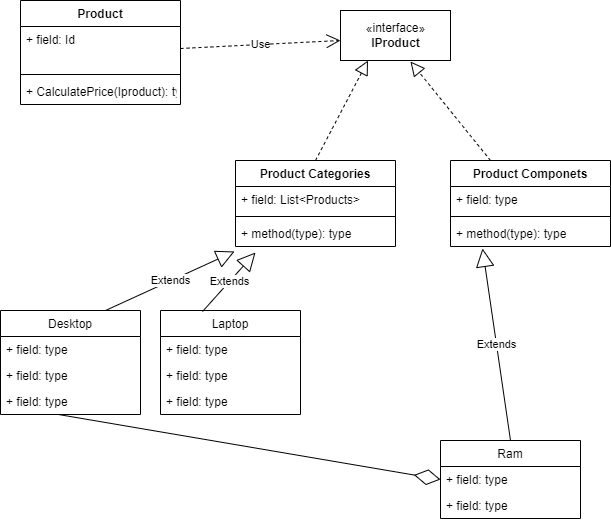
Before: Price Calculator.png, a diagram exported from draw.io (sunil416/Philips_July_2022). Source tidied: cells renumbered, new cells last; positions are measured from the earlier drawing's top-left corner, leaving out a move shared by most shapes. The source it was exported from:
```xml
<mxGraphModel>
  <root>
    <mxCell id="0" />
    <mxCell id="1" parent="0" />
    <mxCell id="2" value="Product" style="swimlane;fontStyle=1;align=center;verticalAlign=top;horizontal=1;startSize=26;" parent="1" vertex="1">
      <mxGeometry x="20" width="160" height="104" as="geometry" />
    </mxCell>
    <mxCell id="3" value="+ field: Id" style="text;strokeColor=none;fillColor=none;align=left;verticalAlign=top;spacingLeft=4;spacingRight=4;overflow=hidden;points=[[0,0.5],[1,0.5]];portConstraint=eastwest;" parent="2" vertex="1">
      <mxGeometry y="26" width="160" height="44" as="geometry" />
    </mxCell>
    <mxCell id="4" style="line;strokeWidth=1;fillColor=none;align=left;verticalAlign=middle;spacingTop=-1;spacingLeft=3;spacingRight=3;labelPosition=right;" parent="2" vertex="1">
      <mxGeometry y="70" width="160" height="8" as="geometry" />
    </mxCell>
    <mxCell id="5" value="+ CalculatePrice(Iproduct): type" style="text;strokeColor=none;fillColor=none;align=left;verticalAlign=top;spacingLeft=4;spacingRight=4;overflow=hidden;" parent="2" vertex="1">
      <mxGeometry y="78" width="160" height="26" as="geometry" />
    </mxCell>
    <mxCell id="6" value="«interface»&lt;br&gt;&lt;b&gt;IProduct&lt;/b&gt;" style="html=1;" parent="1" vertex="1">
      <mxGeometry x="340" y="10" width="110" height="50" as="geometry" />
    </mxCell>
    <mxCell id="7" value="Product Categories" style="swimlane;fontStyle=1;align=center;verticalAlign=top;horizontal=1;startSize=26;" parent="1" vertex="1">
      <mxGeometry x="235" y="160" width="160" height="86" as="geometry" />
    </mxCell>
    <mxCell id="8" value="+ field: List&lt;Products&gt;" style="text;strokeColor=none;fillColor=none;align=left;verticalAlign=top;spacingLeft=4;spacingRight=4;overflow=hidden;" parent="7" vertex="1">
      <mxGeometry y="26" width="160" height="26" as="geometry" />
    </mxCell>
    <mxCell id="9" style="line;strokeWidth=1;fillColor=none;align=left;verticalAlign=middle;spacingTop=-1;spacingLeft=3;spacingRight=3;labelPosition=right;" parent="7" vertex="1">
      <mxGeometry y="52" width="160" height="8" as="geometry" />
    </mxCell>
    <mxCell id="10" value="+ method(type): type" style="text;strokeColor=none;fillColor=none;align=left;verticalAlign=top;spacingLeft=4;spacingRight=4;overflow=hidden;points=[[0,0.5],[1,0.5]];portConstraint=eastwest;" parent="7" vertex="1">
      <mxGeometry y="60" width="160" height="26" as="geometry" />
    </mxCell>
    <mxCell id="11" style="endArrow=block;dashed=1;endFill=0;endSize=12;html=1;rounded=0;entryX=0.25;entryY=1;entryDx=0;entryDy=0;exitX=0.5;exitY=0;exitDx=0;exitDy=0;" parent="1" edge="1" source="7" target="6">
      <mxGeometry relative="1" as="geometry" />
    </mxCell>
    <mxCell id="12" value="Product Componets" style="swimlane;fontStyle=1;align=center;verticalAlign=top;horizontal=1;startSize=26;" parent="1" vertex="1">
      <mxGeometry x="450" y="160" width="160" height="86" as="geometry" />
    </mxCell>
    <mxCell id="13" value="+ field: type" style="text;strokeColor=none;fillColor=none;align=left;verticalAlign=top;spacingLeft=4;spacingRight=4;overflow=hidden;" parent="12" vertex="1">
      <mxGeometry y="26" width="160" height="26" as="geometry" />
    </mxCell>
    <mxCell id="14" style="line;strokeWidth=1;fillColor=none;align=left;verticalAlign=middle;spacingTop=-1;spacingLeft=3;spacingRight=3;labelPosition=right;" parent="12" vertex="1">
      <mxGeometry y="52" width="160" height="8" as="geometry" />
    </mxCell>
    <mxCell id="15" value="+ method(type): type" style="text;strokeColor=none;fillColor=none;align=left;verticalAlign=top;spacingLeft=4;spacingRight=4;overflow=hidden;points=[[0,0.5],[1,0.5]];portConstraint=eastwest;" parent="12" vertex="1">
      <mxGeometry y="60" width="160" height="26" as="geometry" />
    </mxCell>
    <mxCell id="16" style="endArrow=block;dashed=1;endFill=0;endSize=12;html=1;rounded=0;entryX=0.636;entryY=1.02;entryDx=0;entryDy=0;exitX=0.25;exitY=0;exitDx=0;exitDy=0;entryPerimeter=0;" parent="1" edge="1" source="12" target="6">
      <mxGeometry relative="1" as="geometry" />
    </mxCell>
    <mxCell id="17" value="Use" style="endArrow=open;endSize=12;dashed=1;html=1;rounded=0;exitX=1;exitY=0.5;exitDx=0;exitDy=0;" parent="1" edge="1" source="3">
      <mxGeometry relative="1" as="geometry">
        <mxPoint x="340" y="40" as="targetPoint" />
      </mxGeometry>
    </mxCell>
    <mxCell id="18" value="Desktop" style="swimlane;fontStyle=0;horizontal=1;startSize=26;fillColor=none;" parent="1" vertex="1">
      <mxGeometry y="310" width="140" height="104" as="geometry" />
    </mxCell>
    <mxCell id="19" value="+ field: type" style="text;strokeColor=none;fillColor=none;align=left;verticalAlign=top;spacingLeft=4;spacingRight=4;overflow=hidden;" parent="18" vertex="1">
      <mxGeometry y="26" width="140" height="26" as="geometry" />
    </mxCell>
    <mxCell id="20" value="+ field: type" style="text;strokeColor=none;fillColor=none;align=left;verticalAlign=top;spacingLeft=4;spacingRight=4;overflow=hidden;" parent="18" vertex="1">
      <mxGeometry y="52" width="140" height="26" as="geometry" />
    </mxCell>
    <mxCell id="21" value="+ field: type" style="text;strokeColor=none;fillColor=none;align=left;verticalAlign=top;spacingLeft=4;spacingRight=4;overflow=hidden;points=[[0,0.5],[1,0.5]];portConstraint=eastwest;" parent="18" vertex="1">
      <mxGeometry y="78" width="140" height="26" as="geometry" />
    </mxCell>
    <mxCell id="22" value="Extends" style="endArrow=block;endSize=16;endFill=0;html=1;rounded=0;exitX=0.75;exitY=0;exitDx=0;exitDy=0;entryX=-0.006;entryY=1.192;entryDx=0;entryDy=0;entryPerimeter=0;" parent="1" edge="1" source="18" target="10">
      <mxGeometry relative="1" as="geometry" />
    </mxCell>
    <mxCell id="23" value="Laptop" style="swimlane;fontStyle=0;horizontal=1;startSize=26;fillColor=none;" parent="1" vertex="1">
      <mxGeometry x="160" y="310" width="140" height="104" as="geometry" />
    </mxCell>
    <mxCell id="24" value="+ field: type" style="text;strokeColor=none;fillColor=none;align=left;verticalAlign=top;spacingLeft=4;spacingRight=4;overflow=hidden;" parent="23" vertex="1">
      <mxGeometry y="26" width="140" height="26" as="geometry" />
    </mxCell>
    <mxCell id="25" value="+ field: type" style="text;strokeColor=none;fillColor=none;align=left;verticalAlign=top;spacingLeft=4;spacingRight=4;overflow=hidden;" parent="23" vertex="1">
      <mxGeometry y="52" width="140" height="26" as="geometry" />
    </mxCell>
    <mxCell id="26" value="+ field: type" style="text;strokeColor=none;fillColor=none;align=left;verticalAlign=top;spacingLeft=4;spacingRight=4;overflow=hidden;" parent="23" vertex="1">
      <mxGeometry y="78" width="140" height="26" as="geometry" />
    </mxCell>
    <mxCell id="27" value="Extends" style="endArrow=block;endSize=16;endFill=0;html=1;rounded=0;exitX=0.3;exitY=0.01;exitDx=0;exitDy=0;entryX=0.125;entryY=1.231;entryDx=0;entryDy=0;entryPerimeter=0;exitPerimeter=0;" parent="1" edge="1" source="23" target="10">
      <mxGeometry relative="1" as="geometry" />
    </mxCell>
    <mxCell id="28" value="Ram" style="swimlane;fontStyle=0;horizontal=1;startSize=26;fillColor=none;" parent="1" vertex="1">
      <mxGeometry x="440" y="440" width="140" height="78" as="geometry" />
    </mxCell>
    <mxCell id="29" value="+ field: type" style="text;strokeColor=none;fillColor=none;align=left;verticalAlign=top;spacingLeft=4;spacingRight=4;overflow=hidden;points=[[0,0.5],[1,0.5]];portConstraint=eastwest;" parent="28" vertex="1">
      <mxGeometry y="26" width="140" height="26" as="geometry" />
    </mxCell>
    <mxCell id="30" value="+ field: type" style="text;strokeColor=none;fillColor=none;align=left;verticalAlign=top;spacingLeft=4;spacingRight=4;overflow=hidden;" parent="28" vertex="1">
      <mxGeometry y="52" width="140" height="26" as="geometry" />
    </mxCell>
    <mxCell id="31" value="Extends" style="endArrow=block;endSize=16;endFill=0;html=1;rounded=0;exitX=0.5;exitY=0;exitDx=0;exitDy=0;entryX=0.2;entryY=1.077;entryDx=0;entryDy=0;entryPerimeter=0;" parent="1" edge="1" source="28" target="15">
      <mxGeometry relative="1" as="geometry" />
    </mxCell>
    <mxCell id="32" style="endArrow=diamondThin;endFill=0;endSize=24;html=1;rounded=0;entryX=0;entryY=0.5;entryDx=0;entryDy=0;exitX=0.414;exitY=1;exitDx=0;exitDy=0;exitPerimeter=0;" parent="1" edge="1" source="21" target="29">
      <mxGeometry relative="1" as="geometry" />
    </mxCell>
  </root>
</mxGraphModel>
```
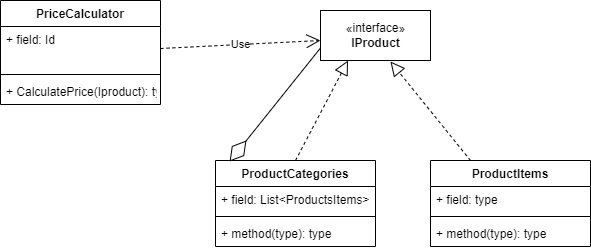
The same diagram one commit later.

Diff of the diagram source:
```diff
@@ -2,7 +2,7 @@
   <root>
     <mxCell id="0" />
     <mxCell id="1" parent="0" />
-    <mxCell id="2" value="Product" style="swimlane;fontStyle=1;align=center;verticalAlign=top;horizontal=1;startSize=26;" parent="1" vertex="1">
+    <mxCell id="2" value="PriceCalculator" style="swimlane;fontStyle=1;align=center;verticalAlign=top;horizontal=1;startSize=26;" parent="1" vertex="1">
       <mxGeometry x="20" width="160" height="104" as="geometry" />
     </mxCell>
     <mxCell id="3" value="+ field: Id" style="text;strokeColor=none;fillColor=none;align=left;verticalAlign=top;spacingLeft=4;spacingRight=4;overflow=hidden;points=[[0,0.5],[1,0.5]];portConstraint=eastwest;" parent="2" vertex="1">
@@ -17,10 +17,10 @@
     <mxCell id="6" value="«interface»&lt;br&gt;&lt;b&gt;IProduct&lt;/b&gt;" style="html=1;" parent="1" vertex="1">
       <mxGeometry x="340" y="10" width="110" height="50" as="geometry" />
     </mxCell>
-    <mxCell id="7" value="Product Categories" style="swimlane;fontStyle=1;align=center;verticalAlign=top;horizontal=1;startSize=26;" parent="1" vertex="1">
+    <mxCell id="7" value="ProductCategories" style="swimlane;fontStyle=1;align=center;verticalAlign=top;horizontal=1;startSize=26;" parent="1" vertex="1">
       <mxGeometry x="235" y="160" width="160" height="86" as="geometry" />
     </mxCell>
-    <mxCell id="8" value="+ field: List&lt;Products&gt;" style="text;strokeColor=none;fillColor=none;align=left;verticalAlign=top;spacingLeft=4;spacingRight=4;overflow=hidden;" parent="7" vertex="1">
+    <mxCell id="8" value="+ field: List&lt;ProductsItems&gt;" style="text;strokeColor=none;fillColor=none;align=left;verticalAlign=top;spacingLeft=4;spacingRight=4;overflow=hidden;" parent="7" vertex="1">
       <mxGeometry y="26" width="160" height="26" as="geometry" />
     </mxCell>
     <mxCell id="9" style="line;strokeWidth=1;fillColor=none;align=left;verticalAlign=middle;spacingTop=-1;spacingLeft=3;spacingRight=3;labelPosition=right;" parent="7" vertex="1">
@@ -32,7 +32,7 @@
     <mxCell id="11" style="endArrow=block;dashed=1;endFill=0;endSize=12;html=1;rounded=0;entryX=0.25;entryY=1;entryDx=0;entryDy=0;exitX=0.5;exitY=0;exitDx=0;exitDy=0;" parent="1" edge="1" source="7" target="6">
       <mxGeometry relative="1" as="geometry" />
     </mxCell>
-    <mxCell id="12" value="Product Componets" style="swimlane;fontStyle=1;align=center;verticalAlign=top;horizontal=1;startSize=26;" parent="1" vertex="1">
+    <mxCell id="12" value="ProductItems" style="swimlane;fontStyle=1;align=center;verticalAlign=top;horizontal=1;startSize=26;" parent="1" vertex="1">
       <mxGeometry x="450" y="160" width="160" height="86" as="geometry" />
     </mxCell>
     <mxCell id="13" value="+ field: type" style="text;strokeColor=none;fillColor=none;align=left;verticalAlign=top;spacingLeft=4;spacingRight=4;overflow=hidden;" parent="12" vertex="1">
@@ -52,49 +52,7 @@
         <mxPoint x="340" y="40" as="targetPoint" />
       </mxGeometry>
     </mxCell>
-    <mxCell id="18" value="Desktop" style="swimlane;fontStyle=0;horizontal=1;startSize=26;fillColor=none;" parent="1" vertex="1">
-      <mxGeometry y="310" width="140" height="104" as="geometry" />
-    </mxCell>
-    <mxCell id="19" value="+ field: type" style="text;strokeColor=none;fillColor=none;align=left;verticalAlign=top;spacingLeft=4;spacingRight=4;overflow=hidden;" parent="18" vertex="1">
-      <mxGeometry y="26" width="140" height="26" as="geometry" />
-    </mxCell>
-    <mxCell id="20" value="+ field: type" style="text;strokeColor=none;fillColor=none;align=left;verticalAlign=top;spacingLeft=4;spacingRight=4;overflow=hidden;" parent="18" vertex="1">
-      <mxGeometry y="52" width="140" height="26" as="geometry" />
-    </mxCell>
-    <mxCell id="21" value="+ field: type" style="text;strokeColor=none;fillColor=none;align=left;verticalAlign=top;spacingLeft=4;spacingRight=4;overflow=hidden;points=[[0,0.5],[1,0.5]];portConstraint=eastwest;" parent="18" vertex="1">
-      <mxGeometry y="78" width="140" height="26" as="geometry" />
-    </mxCell>
-    <mxCell id="22" value="Extends" style="endArrow=block;endSize=16;endFill=0;html=1;rounded=0;exitX=0.75;exitY=0;exitDx=0;exitDy=0;entryX=-0.006;entryY=1.192;entryDx=0;entryDy=0;entryPerimeter=0;" parent="1" edge="1" source="18" target="10">
-      <mxGeometry relative="1" as="geometry" />
-    </mxCell>
-    <mxCell id="23" value="Laptop" style="swimlane;fontStyle=0;horizontal=1;startSize=26;fillColor=none;" parent="1" vertex="1">
-      <mxGeometry x="160" y="310" width="140" height="104" as="geometry" />
-    </mxCell>
-    <mxCell id="24" value="+ field: type" style="text;strokeColor=none;fillColor=none;align=left;verticalAlign=top;spacingLeft=4;spacingRight=4;overflow=hidden;" parent="23" vertex="1">
-      <mxGeometry y="26" width="140" height="26" as="geometry" />
-    </mxCell>
-    <mxCell id="25" value="+ field: type" style="text;strokeColor=none;fillColor=none;align=left;verticalAlign=top;spacingLeft=4;spacingRight=4;overflow=hidden;" parent="23" vertex="1">
-      <mxGeometry y="52" width="140" height="26" as="geometry" />
-    </mxCell>
-    <mxCell id="26" value="+ field: type" style="text;strokeColor=none;fillColor=none;align=left;verticalAlign=top;spacingLeft=4;spacingRight=4;overflow=hidden;" parent="23" vertex="1">
-      <mxGeometry y="78" width="140" height="26" as="geometry" />
-    </mxCell>
-    <mxCell id="27" value="Extends" style="endArrow=block;endSize=16;endFill=0;html=1;rounded=0;exitX=0.3;exitY=0.01;exitDx=0;exitDy=0;entryX=0.125;entryY=1.231;entryDx=0;entryDy=0;entryPerimeter=0;exitPerimeter=0;" parent="1" edge="1" source="23" target="10">
-      <mxGeometry relative="1" as="geometry" />
-    </mxCell>
-    <mxCell id="28" value="Ram" style="swimlane;fontStyle=0;horizontal=1;startSize=26;fillColor=none;" parent="1" vertex="1">
-      <mxGeometry x="440" y="440" width="140" height="78" as="geometry" />
-    </mxCell>
-    <mxCell id="29" value="+ field: type" style="text;strokeColor=none;fillColor=none;align=left;verticalAlign=top;spacingLeft=4;spacingRight=4;overflow=hidden;points=[[0,0.5],[1,0.5]];portConstraint=eastwest;" parent="28" vertex="1">
-      <mxGeometry y="26" width="140" height="26" as="geometry" />
-    </mxCell>
-    <mxCell id="30" value="+ field: type" style="text;strokeColor=none;fillColor=none;align=left;verticalAlign=top;spacingLeft=4;spacingRight=4;overflow=hidden;" parent="28" vertex="1">
-      <mxGeometry y="52" width="140" height="26" as="geometry" />
-    </mxCell>
-    <mxCell id="31" value="Extends" style="endArrow=block;endSize=16;endFill=0;html=1;rounded=0;exitX=0.5;exitY=0;exitDx=0;exitDy=0;entryX=0.2;entryY=1.077;entryDx=0;entryDy=0;entryPerimeter=0;" parent="1" edge="1" source="28" target="15">
-      <mxGeometry relative="1" as="geometry" />
-    </mxCell>
-    <mxCell id="32" style="endArrow=diamondThin;endFill=0;endSize=24;html=1;rounded=0;entryX=0;entryY=0.5;entryDx=0;entryDy=0;exitX=0.414;exitY=1;exitDx=0;exitDy=0;exitPerimeter=0;" parent="1" edge="1" source="21" target="29">
+    <mxCell id="32" style="endArrow=diamondThin;endFill=0;endSize=24;html=1;rounded=0;entryX=0.088;entryY=0.012;entryDx=0;entryDy=0;exitX=0;exitY=0.75;exitDx=0;exitDy=0;entryPerimeter=0;" parent="1" edge="1" source="6" target="7">
       <mxGeometry relative="1" as="geometry" />
     </mxCell>
   </root>
```
